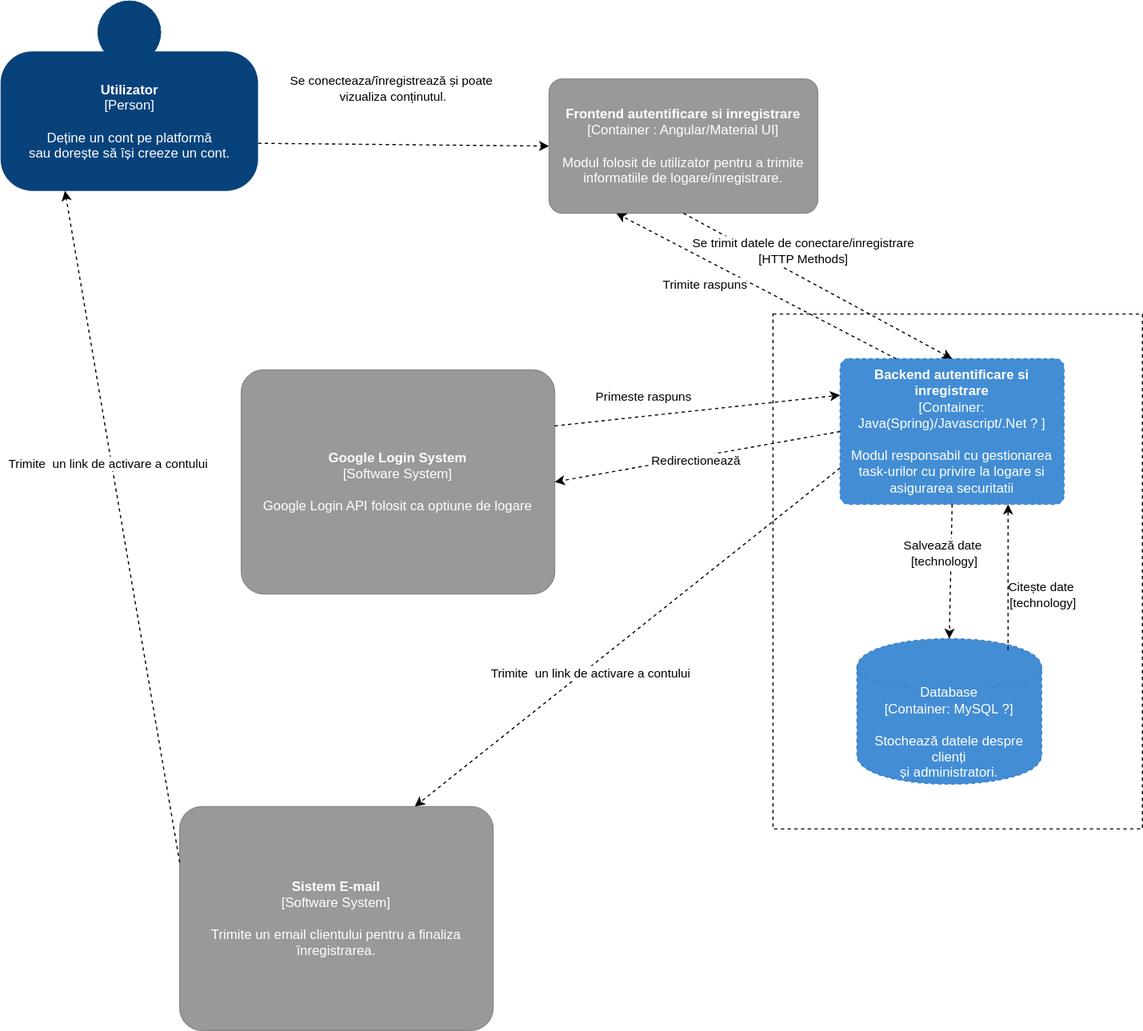
The draw.io diagram C4-Backend-logare/Nivel2.svg in MirceaSofrone/IPproiect-DeployFront, before a commit. Source tidied: cells renumbered, new cells last; positions are measured from the earlier drawing's top-left corner, leaving out a move shared by most shapes.
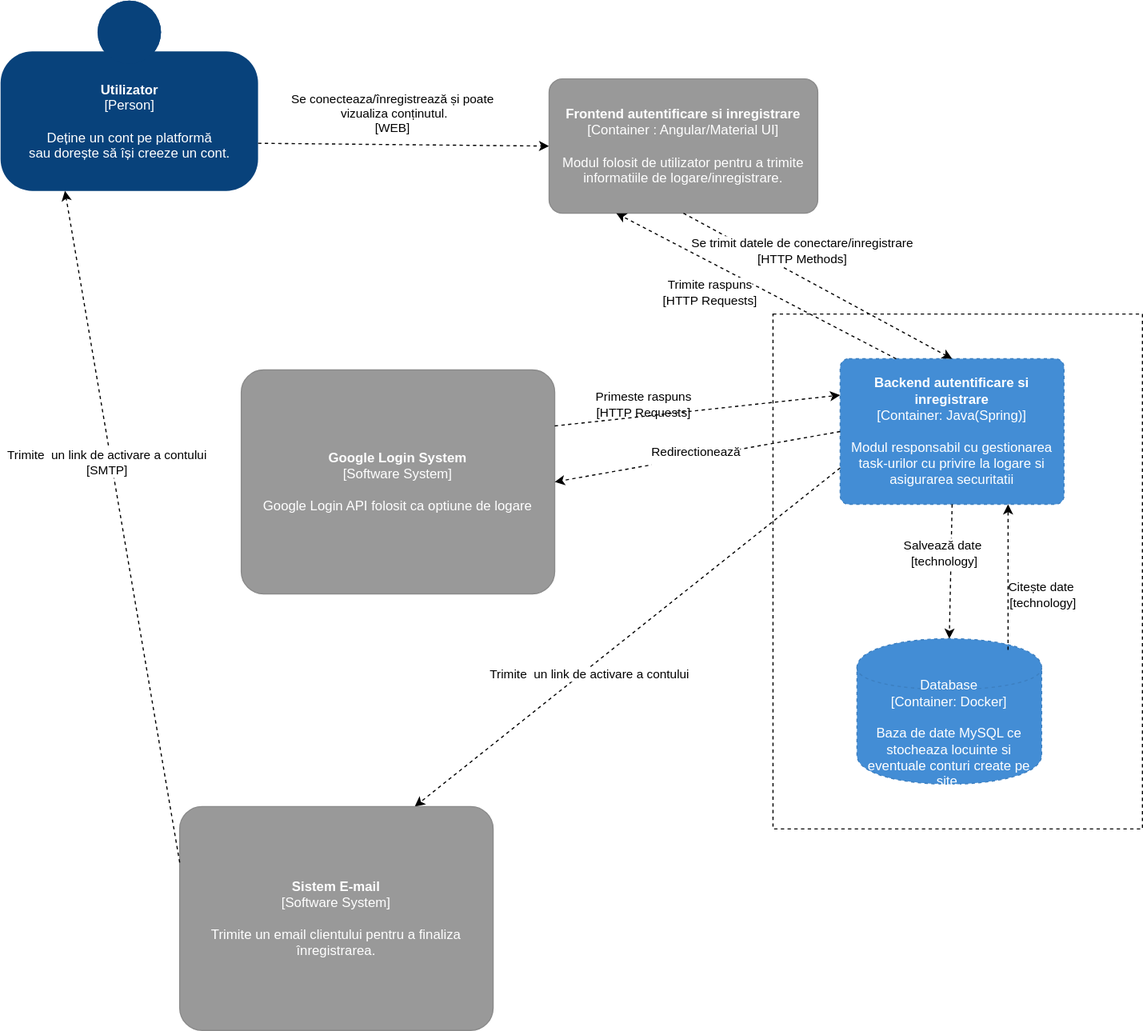
The same diagram one commit later.

Change to the diagram source:
```diff
@@ -5,12 +5,12 @@
     <mxCell id="2" style="rounded=0;whiteSpace=wrap;html=1;dashed=1;" parent="1" vertex="1">
       <mxGeometry x="690" y="280" width="330" height="460" as="geometry" />
     </mxCell>
-    <object id="3" label="&lt;b&gt;%c4Name%&lt;/b&gt;&lt;div&gt;[%c4Type%: %c4Technology%]&lt;/div&gt;&lt;br&gt;&lt;div&gt;%c4Description%&lt;/div&gt;" c4Description="Modul responsabil cu gestionarea task-urilor cu privire la logare si asigurarea securitatii" c4Name="Backend autentificare si inregistrare" c4Technology="Java(Spring)/Javascript/.Net ? " c4Type="Container" placeholders="1">
+    <object id="3" label="&lt;b&gt;%c4Name%&lt;/b&gt;&lt;div&gt;[%c4Type%: %c4Technology%]&lt;/div&gt;&lt;br&gt;&lt;div&gt;%c4Description%&lt;/div&gt;" c4Description="Modul responsabil cu gestionarea task-urilor cu privire la logare si asigurarea securitatii" c4Name="Backend autentificare si inregistrare" c4Technology="Java(Spring)" c4Type="Container" placeholders="1">
       <mxCell style="rounded=1;whiteSpace=wrap;html=1;labelBackgroundColor=none;fillColor=#438DD5;fontColor=#ffffff;align=center;arcSize=6;strokeColor=#3C7FC0;metaData={&quot;c4Type&quot;:{&quot;editable&quot;:false}};points=[[0.25,0,0],[0.5,0,0],[0.75,0,0],[1,0.25,0],[1,0.5,0],[1,0.75,0],[0.75,1,0],[0.5,1,0],[0.25,1,0],[0,0.75,0],[0,0.5,0],[0,0.25,0]];dashed=1;" parent="1" vertex="1">
         <mxGeometry x="750" y="320" width="200" height="130" as="geometry" />
       </mxCell>
     </object>
-    <object id="4" label="%c4Type%&lt;div&gt;[Container:&amp;nbsp;%c4Technology%]&lt;/div&gt;&lt;br&gt;&lt;div&gt;%c4Description%&lt;/div&gt;" c4Description="Stochează datele despre&#10;clienți &#10;și administratori." c4Technology="MySQL ?" c4Type="Database" placeholders="1">
+    <object id="4" label="%c4Type%&lt;div&gt;[Container:&amp;nbsp;%c4Technology%]&lt;/div&gt;&lt;br&gt;&lt;div&gt;%c4Description%&lt;/div&gt;" c4Description="Baza de date MySQL ce stocheaza locuinte si eventuale conturi create pe site." c4Technology="Docker" c4Type="Database" placeholders="1">
       <mxCell style="shape=cylinder;whiteSpace=wrap;html=1;boundedLbl=1;rounded=0;labelBackgroundColor=none;fillColor=#438DD5;fontSize=12;fontColor=#ffffff;align=center;strokeColor=#3C7FC0;points=[[0.5,0,0],[1,0.25,0],[1,0.5,0],[1,0.75,0],[0.5,1,0],[0,0.75,0],[0,0.5,0],[0,0.25,0]];metaData={&quot;c4Type&quot;:{&quot;editable&quot;:false}};dashed=1;" parent="1" vertex="1">
         <mxGeometry x="765" y="570" width="165" height="130" as="geometry" />
       </mxCell>
@@ -45,9 +45,9 @@
     <mxCell id="12" style="endArrow=classic;html=1;dashed=1;exitX=1;exitY=0.75;exitDx=0;exitDy=0;exitPerimeter=0;entryX=0;entryY=0.5;entryDx=0;entryDy=0;entryPerimeter=0;" parent="1" edge="1" source="10" target="14">
       <mxGeometry relative="1" as="geometry" />
     </mxCell>
-    <mxCell id="13" value="Se conecteaza/înregistrează și poate&lt;br&gt;&amp;nbsp;vizualiza conținutul." style="edgeLabel;html=1;align=center;verticalAlign=middle;" parent="12" vertex="1">
+    <mxCell id="13" value="Se conecteaza/înregistrează și poate&lt;br&gt;&amp;nbsp;vizualiza conținutul.&lt;br&gt;[WEB]" style="edgeLabel;html=1;align=center;verticalAlign=middle;" parent="12" vertex="1">
       <mxGeometry x="0.3" relative="1" as="geometry">
-        <mxPoint x="-50" y="-51" as="offset" />
+        <mxPoint x="-50" y="-29.1" as="offset" />
       </mxGeometry>
     </mxCell>
     <object id="14" label="&lt;b&gt;%c4Name%&lt;/b&gt;&lt;div&gt;[%c4Type%]&lt;/div&gt;&lt;br&gt;&lt;div&gt;%c4Description%&lt;/div&gt;" c4Description="Modul folosit de utilizator pentru a trimite informatiile de logare/inregistrare.&#10;" c4Name="Frontend autentificare si inregistrare" c4Type="Container : Angular/Material UI" placeholders="1">
@@ -71,7 +71,7 @@
     <mxCell id="18" style="endArrow=classic;html=1;dashed=1;entryX=1;entryY=0.5;entryDx=0;entryDy=0;entryPerimeter=0;exitX=0;exitY=0.5;exitDx=0;exitDy=0;exitPerimeter=0;" parent="1" edge="1" source="3" target="17">
       <mxGeometry relative="1" as="geometry" />
     </mxCell>
-    <mxCell id="19" value="&lt;span style=&quot;color: rgb(0 , 0 , 0) ; font-family: &amp;#34;helvetica&amp;#34; ; font-size: 11px ; font-style: normal ; font-weight: 400 ; letter-spacing: normal ; text-align: center ; text-indent: 0px ; text-transform: none ; word-spacing: 0px ; background-color: rgb(255 , 255 , 255) ; display: inline ; float: none&quot;&gt;Redirectionează&lt;br&gt;&lt;/span&gt;" style="edgeLabel;html=1;align=center;verticalAlign=middle;" parent="18" vertex="1">
+    <mxCell id="19" value="&lt;span style=&quot;color: rgb(0 , 0 , 0) ; font-family: &amp;#34;helvetica&amp;#34; ; font-size: 11px ; font-style: normal ; font-weight: 400 ; letter-spacing: normal ; text-align: center ; text-indent: 0px ; text-transform: none ; word-spacing: 0px ; background-color: rgb(255 , 255 , 255) ; display: inline ; float: none&quot;&gt;Redirectionează&lt;br&gt;&lt;br&gt;&lt;/span&gt;" style="edgeLabel;html=1;align=center;verticalAlign=middle;" parent="18" vertex="1">
       <mxGeometry x="0.19" y="4" relative="1" as="geometry">
         <mxPoint x="22" y="-5.8" as="offset" />
       </mxGeometry>
@@ -79,7 +79,7 @@
     <mxCell id="20" style="endArrow=classic;html=1;dashed=1;entryX=0.25;entryY=1;entryDx=0;entryDy=0;entryPerimeter=0;exitX=0;exitY=0.25;exitDx=0;exitDy=0;exitPerimeter=0;" parent="1" edge="1" source="11" target="10">
       <mxGeometry relative="1" as="geometry" />
     </mxCell>
-    <mxCell id="21" value="&lt;span style=&quot;color: rgb(0 , 0 , 0) ; font-family: &amp;#34;helvetica&amp;#34; ; font-size: 11px ; font-style: normal ; font-weight: 400 ; letter-spacing: normal ; text-align: center ; text-indent: 0px ; text-transform: none ; word-spacing: 0px ; background-color: rgb(255 , 255 , 255) ; display: inline ; float: none&quot;&gt;Trimite&amp;nbsp; un link de activare a contului&lt;br&gt;&lt;/span&gt;" style="edgeLabel;html=1;align=center;verticalAlign=middle;" parent="20" vertex="1">
+    <mxCell id="21" value="&lt;span style=&quot;color: rgb(0 , 0 , 0) ; font-family: &amp;#34;helvetica&amp;#34; ; font-size: 11px ; font-style: normal ; font-weight: 400 ; letter-spacing: normal ; text-align: center ; text-indent: 0px ; text-transform: none ; word-spacing: 0px ; background-color: rgb(255 , 255 , 255) ; display: inline ; float: none&quot;&gt;Trimite&amp;nbsp; un link de activare a contului&lt;br&gt;[SMTP]&lt;br&gt;&lt;/span&gt;" style="edgeLabel;html=1;align=center;verticalAlign=middle;" parent="20" vertex="1">
       <mxGeometry x="0.19" y="4" relative="1" as="geometry" />
     </mxCell>
     <mxCell id="22" value="Salvează date&amp;nbsp;&lt;br&gt;[technology]" style="edgeLabel;html=1;align=center;verticalAlign=middle;" parent="1" vertex="1">
@@ -87,7 +87,7 @@
         <mxPoint x="2" y="3" as="offset" />
       </mxGeometry>
     </mxCell>
-    <mxCell id="23" value="&lt;div style=&quot;text-align: center&quot;&gt;&lt;font face=&quot;helvetica&quot;&gt;&lt;span style=&quot;font-size: 11px ; background-color: rgb(255 , 255 , 255)&quot;&gt;Primeste raspuns&lt;/span&gt;&lt;/font&gt;&lt;/div&gt;" style="text;whiteSpace=wrap;html=1;" parent="1" vertex="1">
+    <mxCell id="23" value="&lt;div style=&quot;text-align: center&quot;&gt;&lt;font face=&quot;helvetica&quot;&gt;&lt;span style=&quot;font-size: 11px ; background-color: rgb(255 , 255 , 255)&quot;&gt;Primeste raspuns&lt;br&gt;&lt;/span&gt;&lt;/font&gt;&lt;span style=&quot;font-family: &amp;#34;helvetica&amp;#34; ; font-size: 11px ; background-color: rgb(255 , 255 , 255)&quot;&gt;[HTTP Requests]&lt;/span&gt;&lt;font face=&quot;helvetica&quot;&gt;&lt;span style=&quot;font-size: 11px ; background-color: rgb(255 , 255 , 255)&quot;&gt;&lt;br&gt;&lt;/span&gt;&lt;/font&gt;&lt;/div&gt;" style="text;whiteSpace=wrap;html=1;" parent="1" vertex="1">
       <mxGeometry x="530" y="340" width="200" height="30" as="geometry" />
     </mxCell>
     <mxCell id="24" style="endArrow=classic;html=1;dashed=1;entryX=0;entryY=0.25;entryDx=0;entryDy=0;entryPerimeter=0;exitX=1;exitY=0.25;exitDx=0;exitDy=0;exitPerimeter=0;" parent="1" edge="1" source="17" target="3">
@@ -96,7 +96,7 @@
     <mxCell id="25" style="endArrow=classic;html=1;dashed=1;entryX=0.25;entryY=1;entryDx=0;entryDy=0;entryPerimeter=0;exitX=0.25;exitY=0;exitDx=0;exitDy=0;exitPerimeter=0;" parent="1" edge="1" source="3" target="14">
       <mxGeometry relative="1" as="geometry" />
     </mxCell>
-    <mxCell id="26" value="&lt;div style=&quot;text-align: center&quot;&gt;&lt;font face=&quot;helvetica&quot;&gt;&lt;span style=&quot;font-size: 11px ; background-color: rgb(255 , 255 , 255)&quot;&gt;Trimite raspuns&lt;/span&gt;&lt;/font&gt;&lt;/div&gt;" style="text;whiteSpace=wrap;html=1;" parent="1" vertex="1">
+    <mxCell id="26" value="&lt;div style=&quot;text-align: center&quot;&gt;&lt;font face=&quot;helvetica&quot;&gt;&lt;span style=&quot;font-size: 11px ; background-color: rgb(255 , 255 , 255)&quot;&gt;Trimite raspuns&lt;/span&gt;&lt;/font&gt;&lt;/div&gt;&lt;div style=&quot;text-align: center&quot;&gt;&lt;font face=&quot;helvetica&quot;&gt;&lt;span style=&quot;font-size: 11px ; background-color: rgb(255 , 255 , 255)&quot;&gt;[HTTP Requests]&lt;/span&gt;&lt;/font&gt;&lt;/div&gt;&lt;div style=&quot;text-align: center&quot;&gt;&lt;font face=&quot;helvetica&quot;&gt;&lt;span style=&quot;font-size: 11px ; background-color: rgb(255 , 255 , 255)&quot;&gt;&amp;nbsp;&lt;/span&gt;&lt;/font&gt;&lt;/div&gt;" style="text;whiteSpace=wrap;html=1;" parent="1" vertex="1">
       <mxGeometry x="590" y="240" width="100" height="30" as="geometry" />
     </mxCell>
   </root>
```
